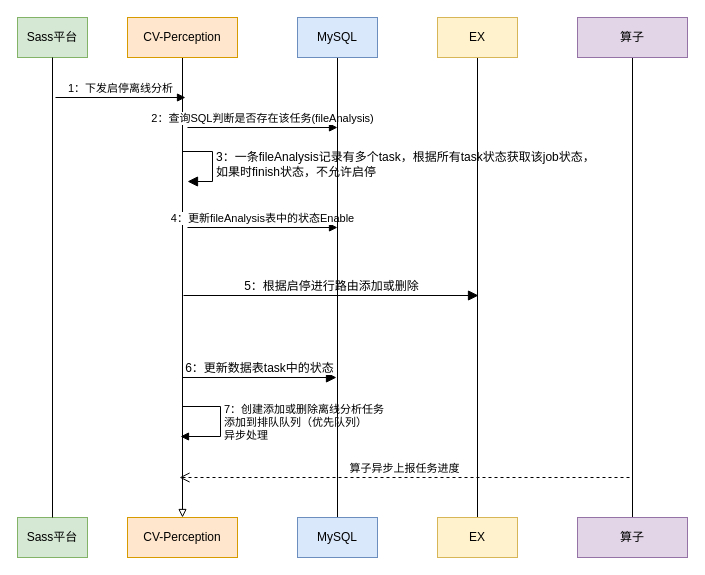
hao14293/drawio keeps this draw.io diagram as 4.录像分析/启停录像分析任务-时序图.drawio. Above is the earlier version. Source tidied: cells renumbered, new cells numbered last; positions are measured from the earlier drawing's top-left corner, leaving out a move shared by most shapes. Both pictures are drawn from the tidied source at 100%, with x=0, y=0 at pixel (17, 17).
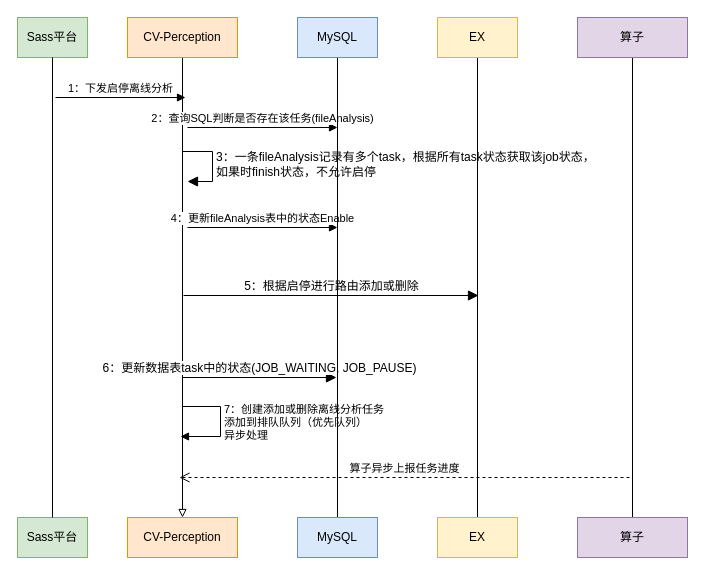
The same diagram, later.

Commit message (it also covers changes not shown here):
更新启停录像分析任务-时序图.drawio

The change refers to these unchanged cells:
```xml
<mxCell id="7" style="group;" parent="1" vertex="1">
  <mxGeometry x="110" width="110" height="540" as="geometry" />
</mxCell>
```

Diff of the diagram source:
```diff
@@
-    <mxCell id="15" value="6：更新数据表task中的状态" style="html=1;verticalAlign=bottom;endArrow=block;curved=0;rounded=0;fontSize=12;startSize=8;endSize=8;" parent="7" edge="1">
+    <mxCell id="15" value="6：更新数据表task中的状态(JOB_WAITING, JOB_PAUSE)" style="html=1;verticalAlign=bottom;endArrow=block;curved=0;rounded=0;fontSize=12;startSize=8;endSize=8;" parent="7" edge="1">
       <mxGeometry relative="1" as="geometry">
         <mxPoint x="55" y="360" as="sourcePoint" />
         <mxPoint x="209" y="360" as="targetPoint" />
       </mxGeometry>
     </mxCell>
```
